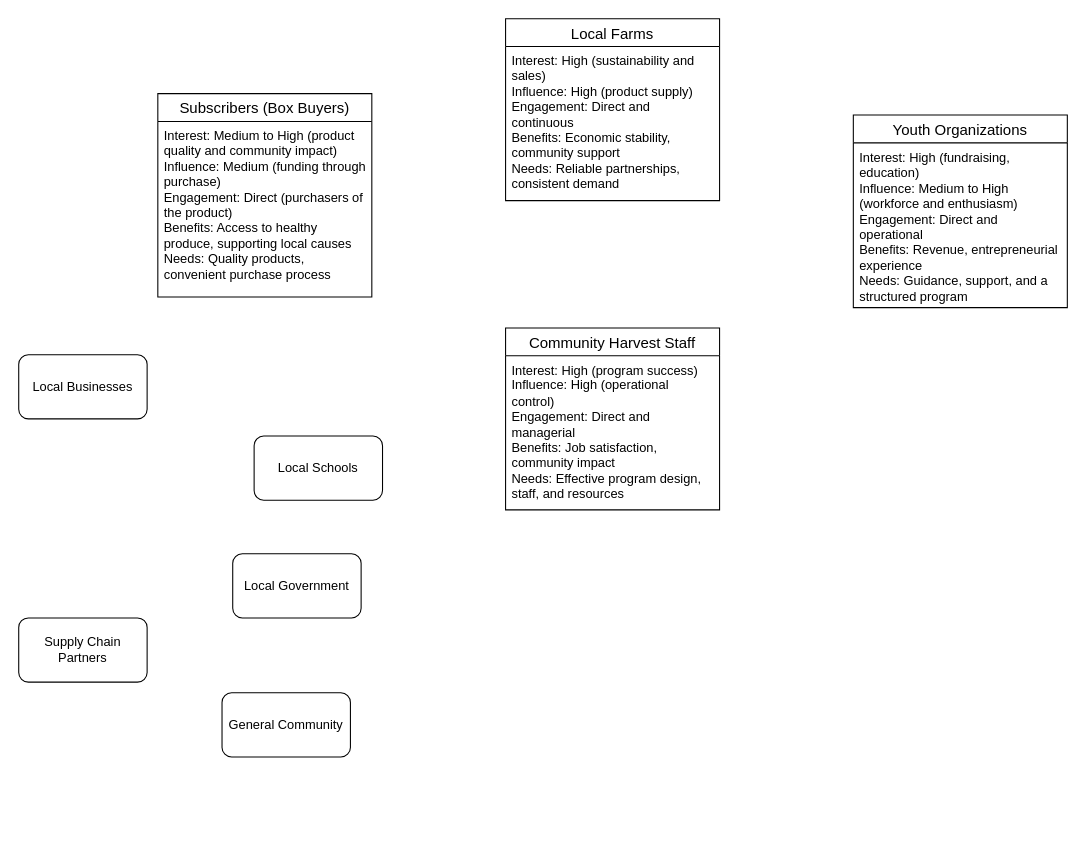
This is Untitled Diagram.drawio from biabcp/Project-Stakeholder-Diagram, a draw.io file, before an edit. Source tidied: cells renumbered, new cells numbered last; positions are measured from the earlier drawing's top-left corner, leaving out a move shared by most shapes. Both pictures are drawn from the tidied source at 107%, with x=0, y=0 at pixel (18, 18).
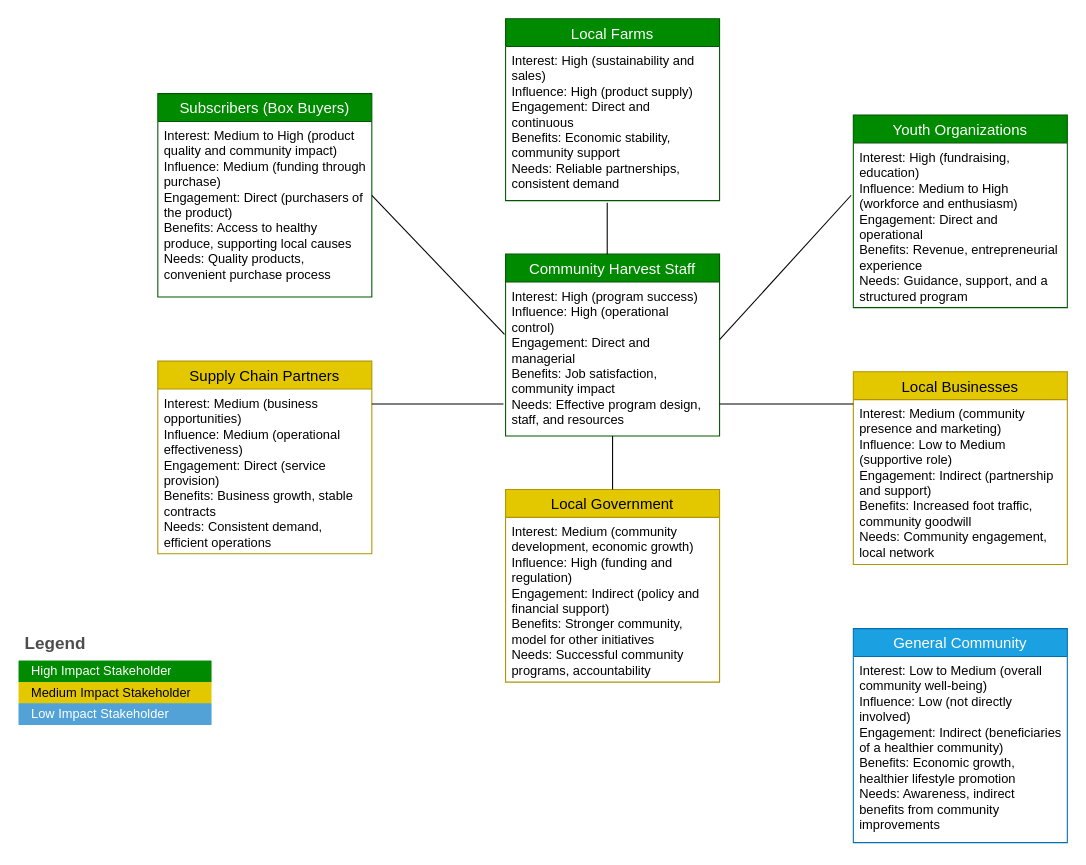
The same page after the edit.

Unchanged cells that the change refers to:
```xml
<mxCell id="8" value="&lt;div&gt;Interest: High (sustainability and sales)&lt;/div&gt;&lt;div&gt;Influence: High (product supply)&lt;/div&gt;&lt;div&gt;Engagement: Direct and continuous&lt;/div&gt;&lt;div&gt;Benefits: Economic stability, community support&lt;/div&gt;&lt;div&gt;Needs: Reliable partnerships, consistent demand&lt;/div&gt;" style="text;strokeColor=none;fillColor=none;spacingLeft=4;spacingRight=4;overflow=hidden;points=[[0,0.5],[1,0.5]];portConstraint=eastwest;fontSize=12;whiteSpace=wrap;html=1;" parent="7" vertex="1">
  <mxGeometry y="26" width="200" height="144" as="geometry" />
</mxCell>
<mxCell id="10" value="&lt;div&gt;Interest: High (fundraising, education)&lt;/div&gt;&lt;div&gt;Influence: Medium to High (workforce and enthusiasm)&lt;/div&gt;&lt;div&gt;Engagement: Direct and operational&lt;/div&gt;&lt;div&gt;Benefits: Revenue, entrepreneurial experience&lt;/div&gt;&lt;div&gt;Needs: Guidance, support, and a structured program&lt;/div&gt;" style="text;strokeColor=none;fillColor=none;spacingLeft=4;spacingRight=4;overflow=hidden;points=[[0,0.5],[1,0.5]];portConstraint=eastwest;fontSize=12;whiteSpace=wrap;html=1;" parent="9" vertex="1">
  <mxGeometry y="26" width="200" height="154" as="geometry" />
</mxCell>
<mxCell id="14" value="&lt;div&gt;Interest: High (program success)&lt;/div&gt;&lt;div&gt;Influence: High (operational control)&lt;/div&gt;&lt;div&gt;Engagement: Direct and managerial&lt;/div&gt;&lt;div&gt;Benefits: Job satisfaction, community impact&lt;/div&gt;&lt;div&gt;Needs: Effective program design, staff, and resources&lt;/div&gt;" style="text;strokeColor=none;fillColor=none;spacingLeft=4;spacingRight=4;overflow=hidden;points=[[0,0.5],[1,0.5]];portConstraint=eastwest;fontSize=12;whiteSpace=wrap;html=1;" parent="13" vertex="1">
  <mxGeometry y="26" width="200" height="144" as="geometry" />
</mxCell>
```

Diff of the diagram source:
```diff
@@
-    <mxCell id="2" value="Local Businesses" style="rounded=1;whiteSpace=wrap;html=1;" parent="1" vertex="1">
-      <mxGeometry y="314" width="120" height="60" as="geometry" />
-    </mxCell>
-    <mxCell id="3" value="General Community" style="rounded=1;whiteSpace=wrap;html=1;" parent="1" vertex="1">
-      <mxGeometry x="190" y="630" width="120" height="60" as="geometry" />
-    </mxCell>
-    <mxCell id="4" value="Local Schools" style="rounded=1;whiteSpace=wrap;html=1;" parent="1" vertex="1">
-      <mxGeometry x="220" y="390" width="120" height="60" as="geometry" />
-    </mxCell>
-    <mxCell id="5" value="Local Government" style="rounded=1;whiteSpace=wrap;html=1;" parent="1" vertex="1">
-      <mxGeometry x="200" y="500" width="120" height="60" as="geometry" />
-    </mxCell>
-    <mxCell id="6" value="Supply Chain Partners" style="rounded=1;whiteSpace=wrap;html=1;" parent="1" vertex="1">
-      <mxGeometry y="560" width="120" height="60" as="geometry" />
-    </mxCell>
-    <mxCell id="7" value="Local Farms" style="swimlane;fontStyle=0;horizontal=1;startSize=26;align=center;fontSize=14;" parent="1" vertex="1">
+    <mxCell id="7" value="Local Farms" style="swimlane;fontStyle=0;horizontal=1;startSize=26;align=center;fontSize=14;fillColor=#008a00;fontColor=#ffffff;strokeColor=#005700;" parent="1" vertex="1">
       <mxGeometry x="455" width="200" height="170" as="geometry" />
     </mxCell>
@@
-    <mxCell id="9" value="Youth Organizations" style="swimlane;fontStyle=0;horizontal=1;startSize=26;align=center;fontSize=14;" parent="1" vertex="1">
+    <mxCell id="9" value="Youth Organizations" style="swimlane;fontStyle=0;horizontal=1;startSize=26;align=center;fontSize=14;fillColor=#008a00;fontColor=#ffffff;strokeColor=#005700;" parent="1" vertex="1">
       <mxGeometry x="780" y="90" width="200" height="180" as="geometry" />
     </mxCell>
@@
-    <mxCell id="11" value="Subscribers (Box Buyers)" style="swimlane;fontStyle=0;horizontal=1;startSize=26;align=center;fontSize=14;" parent="1" vertex="1">
+    <mxCell id="11" value="Subscribers (Box Buyers)" style="swimlane;fontStyle=0;horizontal=1;startSize=26;align=center;fontSize=14;fillColor=#008a00;fontColor=#ffffff;strokeColor=#005700;" parent="1" vertex="1">
       <mxGeometry x="130" y="70" width="200" height="190" as="geometry" />
     </mxCell>
@@
-    <mxCell id="13" value="Community Harvest Staff" style="swimlane;fontStyle=0;horizontal=1;startSize=26;align=center;fontSize=14;" parent="1" vertex="1">
-      <mxGeometry x="455" y="289" width="200" height="170" as="geometry" />
+    <mxCell id="13" value="Community Harvest Staff" style="swimlane;fontStyle=0;horizontal=1;startSize=26;align=center;fontSize=14;fillColor=#008a00;strokeColor=#005700;fontColor=#ffffff;" parent="1" vertex="1">
+      <mxGeometry x="455" y="220" width="200" height="170" as="geometry" />
     </mxCell>
@@
+    <mxCell id="2" value="Local Businesses" style="swimlane;fontStyle=0;horizontal=1;startSize=26;align=center;fontSize=14;fillColor=#e3c800;fontColor=#000000;strokeColor=#B09500;" parent="1" vertex="1">
+      <mxGeometry x="780" y="330" width="200" height="180" as="geometry" />
+    </mxCell>
+    <mxCell id="15" value="&lt;div&gt;Interest: Medium (community presence and marketing)&lt;/div&gt;&lt;div&gt;Influence: Low to Medium (supportive role)&lt;/div&gt;&lt;div&gt;Engagement: Indirect (partnership and support)&lt;/div&gt;&lt;div&gt;Benefits: Increased foot traffic, community goodwill&lt;/div&gt;&lt;div&gt;Needs: Community engagement, local network&lt;/div&gt;" style="text;strokeColor=none;fillColor=none;spacingLeft=4;spacingRight=4;overflow=hidden;points=[[0,0.5],[1,0.5]];portConstraint=eastwest;fontSize=12;whiteSpace=wrap;html=1;" parent="2" vertex="1">
+      <mxGeometry y="26" width="200" height="154" as="geometry" />
+    </mxCell>
+    <mxCell id="3" value="General Community" style="swimlane;fontStyle=0;horizontal=1;startSize=26;align=center;fontSize=14;fillColor=#1ba1e2;fontColor=#ffffff;strokeColor=#006EAF;" parent="1" vertex="1">
+      <mxGeometry x="780" y="570" width="200" height="200" as="geometry" />
+    </mxCell>
+    <mxCell id="16" value="&lt;div&gt;Interest: Low to Medium (overall community well-being)&lt;/div&gt;&lt;div&gt;Influence: Low (not directly involved)&lt;/div&gt;&lt;div&gt;Engagement: Indirect (beneficiaries of a healthier community)&lt;/div&gt;&lt;div&gt;Benefits: Economic growth, healthier lifestyle promotion&lt;/div&gt;&lt;div&gt;Needs: Awareness, indirect benefits from community improvements&lt;/div&gt;" style="text;strokeColor=none;fillColor=none;spacingLeft=4;spacingRight=4;overflow=hidden;fontSize=12;whiteSpace=wrap;html=1;" parent="3" vertex="1">
+      <mxGeometry y="26" width="200" height="174" as="geometry" />
+    </mxCell>
+    <mxCell id="5" value="Local Government" style="swimlane;fontStyle=0;horizontal=1;startSize=26;align=center;fontSize=14;fillColor=#e3c800;fontColor=#000000;strokeColor=#B09500;" parent="1" vertex="1">
+      <mxGeometry x="455" y="440" width="200" height="180" as="geometry" />
+    </mxCell>
+    <mxCell id="17" value="&lt;div&gt;Interest: Medium (community development, economic growth)&lt;/div&gt;&lt;div&gt;Influence: High (funding and regulation)&lt;/div&gt;&lt;div&gt;Engagement: Indirect (policy and financial support)&lt;/div&gt;&lt;div&gt;Benefits: Stronger community, model for other initiatives&lt;/div&gt;&lt;div&gt;Needs: Successful community programs, accountability&lt;/div&gt;" style="text;strokeColor=none;fillColor=none;spacingLeft=4;spacingRight=4;overflow=hidden;fontSize=12;whiteSpace=wrap;html=1;" parent="5" vertex="1">
+      <mxGeometry y="26" width="200" height="154" as="geometry" />
+    </mxCell>
+    <mxCell id="6" value="Supply Chain Partners" style="swimlane;fontStyle=0;horizontal=1;startSize=26;align=center;fontSize=14;fillColor=#e3c800;fontColor=#000000;strokeColor=#B09500;" parent="1" vertex="1">
+      <mxGeometry x="130" y="320" width="200" height="180" as="geometry" />
+    </mxCell>
+    <mxCell id="18" value="&lt;div&gt;Interest: Medium (business opportunities)&lt;/div&gt;&lt;div&gt;Influence: Medium (operational effectiveness)&lt;/div&gt;&lt;div&gt;Engagement: Direct (service provision)&lt;/div&gt;&lt;div&gt;Benefits: Business growth, stable contracts&lt;/div&gt;&lt;div&gt;Needs: Consistent demand, efficient operations&lt;/div&gt;" style="text;strokeColor=none;fillColor=none;spacingLeft=4;spacingRight=4;overflow=hidden;fontSize=12;whiteSpace=wrap;html=1;" parent="6" vertex="1">
+      <mxGeometry y="26" width="200" height="154" as="geometry" />
+    </mxCell>
+    <mxCell id="19" value="Legend" style="shape=table;startSize=30;childLayout=tableLayout;fontSize=16;align=left;verticalAlign=top;fillColor=none;strokeColor=none;fontColor=#4D4D4D;fontStyle=1;spacingLeft=6;spacing=0;" parent="1" vertex="1">
+      <mxGeometry y="570" width="180" height="90" as="geometry" />
+    </mxCell>
+    <mxCell id="20" style="shape=tableRow;horizontal=0;startSize=0;swimlaneHead=0;swimlaneBody=0;strokeColor=#005700;top=0;left=0;bottom=0;right=0;fillColor=#008a00;fontSize=12;fontColor=#ffffff;" parent="19" vertex="1">
+      <mxGeometry y="30" width="180" height="20" as="geometry" />
+    </mxCell>
+    <mxCell id="21" value="High Impact Stakeholder" style="shape=partialRectangle;html=1;whiteSpace=wrap;strokeColor=#005700;overflow=hidden;fillColor=#008a00;top=0;left=0;bottom=0;right=0;fontSize=12;align=left;fontColor=#ffffff;spacingLeft=10;spacingRight=4;" parent="20" vertex="1">
+      <mxGeometry width="180" height="20" as="geometry" />
+    </mxCell>
+    <mxCell id="22" style="shape=tableRow;horizontal=0;startSize=0;swimlaneHead=0;swimlaneBody=0;strokeColor=#B09500;top=0;left=0;bottom=0;right=0;fillColor=#e3c800;fontSize=12;fontColor=#000000;" parent="19" vertex="1">
+      <mxGeometry y="50" width="180" height="20" as="geometry" />
+    </mxCell>
+    <mxCell id="23" value="Medium Impact Stakeholder" style="shape=partialRectangle;html=1;whiteSpace=wrap;strokeColor=#B09500;overflow=hidden;fillColor=#e3c800;top=0;left=0;bottom=0;right=0;fontSize=12;align=left;fontColor=#000000;spacingLeft=10;spacingRight=4;" parent="22" vertex="1">
+      <mxGeometry width="180" height="20" as="geometry" />
+    </mxCell>
+    <mxCell id="24" style="shape=tableRow;horizontal=0;startSize=0;swimlaneHead=0;swimlaneBody=0;strokeColor=#006EAF;top=0;left=0;bottom=0;right=0;fillColor=#1ba1e2;fontSize=12;fontColor=#ffffff;" parent="19" vertex="1">
+      <mxGeometry y="70" width="180" height="20" as="geometry" />
+    </mxCell>
+    <mxCell id="25" value="Low Impact Stakeholder" style="shape=partialRectangle;html=1;whiteSpace=wrap;strokeColor=inherit;overflow=hidden;fillColor=#52a2d8;top=0;left=0;bottom=0;right=0;fontSize=12;align=left;fontColor=#FFFFFF;gradientColor=none;spacingLeft=10;spacingRight=4;" parent="24" vertex="1">
+      <mxGeometry width="180" height="20" as="geometry" />
+    </mxCell>
+    <mxCell id="26" style="endArrow=none;html=1;rounded=0;entryX=0.475;entryY=1.014;entryDx=0;entryDy=0;entryPerimeter=0;" parent="1" edge="1" target="8">
+      <mxGeometry relative="1" as="geometry">
+        <mxPoint x="550" y="220" as="sourcePoint" />
+      </mxGeometry>
+    </mxCell>
+    <mxCell id="27" style="endArrow=none;html=1;rounded=0;exitX=0.5;exitY=0;exitDx=0;exitDy=0;" parent="1" edge="1" source="5">
+      <mxGeometry relative="1" as="geometry">
+        <mxPoint x="555" y="390" as="targetPoint" />
+      </mxGeometry>
+    </mxCell>
+    <mxCell id="28" style="endArrow=none;html=1;rounded=0;exitX=1;exitY=0.5;exitDx=0;exitDy=0;entryX=-0.005;entryY=0.34;entryDx=0;entryDy=0;entryPerimeter=0;" parent="1" edge="1" source="11" target="14">
+      <mxGeometry relative="1" as="geometry" />
+    </mxCell>
+    <mxCell id="29" style="endArrow=none;html=1;rounded=0;entryX=-0.01;entryY=0.792;entryDx=0;entryDy=0;entryPerimeter=0;" parent="1" edge="1" target="14">
+      <mxGeometry relative="1" as="geometry">
+        <mxPoint x="330" y="360" as="sourcePoint" />
+      </mxGeometry>
+    </mxCell>
+    <mxCell id="30" style="endArrow=none;html=1;rounded=0;entryX=-0.01;entryY=0.318;entryDx=0;entryDy=0;entryPerimeter=0;" parent="1" edge="1" target="10">
+      <mxGeometry relative="1" as="geometry">
+        <mxPoint x="655" y="300" as="sourcePoint" />
+      </mxGeometry>
+    </mxCell>
+    <mxCell id="31" style="endArrow=none;html=1;rounded=0;entryX=0;entryY=0.026;entryDx=0;entryDy=0;entryPerimeter=0;" parent="1" edge="1" target="15">
+      <mxGeometry relative="1" as="geometry">
+        <mxPoint x="655" y="360" as="sourcePoint" />
+      </mxGeometry>
+    </mxCell>
```
